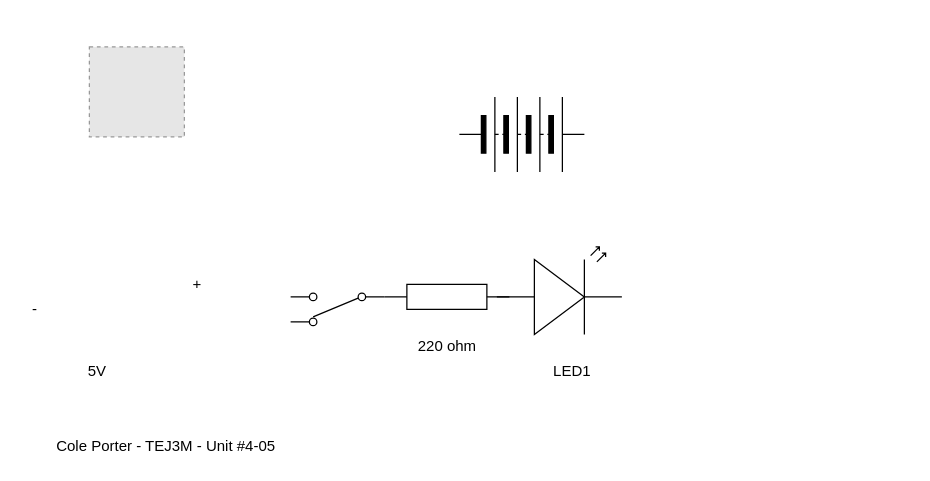
Before: Unit4-06/Cole Porter - TEJ3M - Unit #4-06.drawio in ColePor/TEJ3M---Unit-4, a draw.io diagram. Source tidied: cells renumbered, new cells numbered last; positions are measured from the earlier drawing's top-left corner, leaving out a move shared by most shapes. Both pictures are drawn from the tidied source at 125%, with x=0, y=0 at pixel (21, 46). Pictures stored in the file or linked from it are replaced by grey dashed boxes.
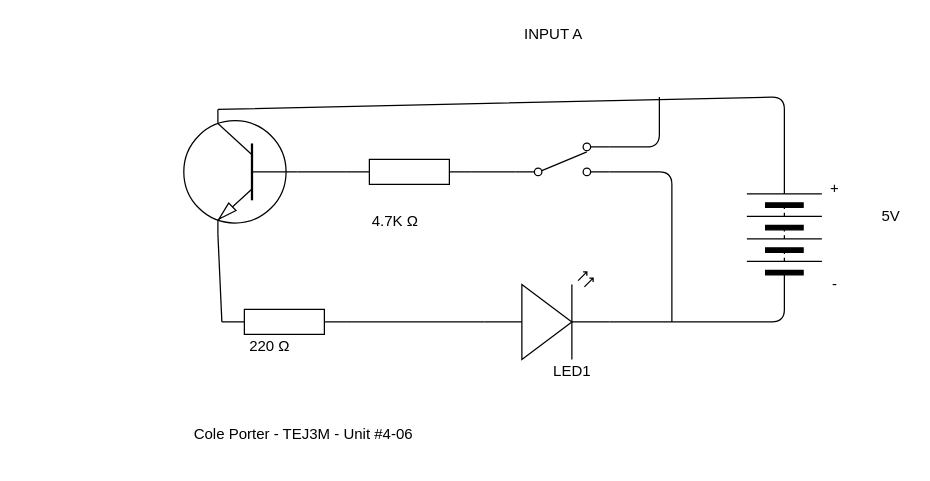
After the change.

What changed in the source:
```diff
@@
+    <mxCell id="13" style="edgeStyle=none;html=1;exitX=1;exitY=0.5;exitDx=0;exitDy=0;endArrow=none;endFill=0;entryX=0.7;entryY=0;entryDx=0;entryDy=0;entryPerimeter=0;" parent="1" edge="1" source="2" target="12">
+      <mxGeometry relative="1" as="geometry">
+        <Array as="points">
+          <mxPoint x="610" y="40" />
+        </Array>
+      </mxGeometry>
+    </mxCell>
-    <mxCell id="2" style="verticalLabelPosition=bottom;shadow=0;dashed=0;align=center;html=1;verticalAlign=top;shape=mxgraph.electrical.miscellaneous.batteryStack;" parent="1" vertex="1">
-      <mxGeometry x="350" y="40" width="100" height="60" as="geometry" />
+    <mxCell id="2" style="verticalLabelPosition=bottom;shadow=0;dashed=0;align=center;html=1;verticalAlign=top;shape=mxgraph.electrical.miscellaneous.batteryStack;flipH=0;flipV=0;rotation=-90;" parent="1" vertex="1">
+      <mxGeometry x="560" y="120" width="100" height="60" as="geometry" />
     </mxCell>
+    <mxCell id="14" style="edgeStyle=none;html=1;exitX=1;exitY=0.5;exitDx=0;exitDy=0;exitPerimeter=0;entryX=0;entryY=0.57;entryDx=0;entryDy=0;entryPerimeter=0;endArrow=none;endFill=0;" parent="1" edge="1" source="3" target="4">
+      <mxGeometry relative="1" as="geometry" />
+    </mxCell>
     <mxCell id="3" style="verticalLabelPosition=bottom;shadow=0;dashed=0;align=center;html=1;verticalAlign=top;shape=mxgraph.electrical.resistors.resistor_1;" parent="1" vertex="1">
-      <mxGeometry x="290" y="190" width="100" height="20" as="geometry" />
+      <mxGeometry x="160" y="210" width="100" height="20" as="geometry" />
     </mxCell>
+    <mxCell id="15" style="edgeStyle=none;html=1;exitX=1;exitY=0.57;exitDx=0;exitDy=0;exitPerimeter=0;entryX=0;entryY=0.5;entryDx=0;entryDy=0;endArrow=none;endFill=0;" parent="1" edge="1" source="4" target="2">
+      <mxGeometry relative="1" as="geometry">
+        <Array as="points">
+          <mxPoint x="610" y="220" />
+        </Array>
+      </mxGeometry>
+    </mxCell>
     <mxCell id="4" style="verticalLabelPosition=bottom;shadow=0;dashed=0;align=center;html=1;verticalAlign=top;shape=mxgraph.electrical.opto_electronics.led_2;" parent="1" vertex="1">
-      <mxGeometry x="380" y="160" width="100" height="70" as="geometry" />
+      <mxGeometry x="370" y="180" width="100" height="70" as="geometry" />
     </mxCell>
+    <mxCell id="16" style="edgeStyle=none;html=1;exitX=1;exitY=0.115;exitDx=0;exitDy=0;exitPerimeter=0;endArrow=none;endFill=0;" parent="1" edge="1" source="5">
+      <mxGeometry relative="1" as="geometry">
+        <mxPoint x="510" y="40" as="targetPoint" />
+        <Array as="points">
+          <mxPoint x="510" y="80" />
+        </Array>
+      </mxGeometry>
+    </mxCell>
+    <mxCell id="17" style="edgeStyle=none;html=1;exitX=1;exitY=0.885;exitDx=0;exitDy=0;exitPerimeter=0;endArrow=none;endFill=0;" parent="1" edge="1" source="5">
+      <mxGeometry relative="1" as="geometry">
+        <mxPoint x="520" y="220" as="targetPoint" />
+        <Array as="points">
+          <mxPoint x="520" y="100" />
+        </Array>
+      </mxGeometry>
+    </mxCell>
-    <mxCell id="5" style="verticalLabelPosition=bottom;shadow=0;dashed=0;align=center;html=1;verticalAlign=top;shape=mxgraph.electrical.electro-mechanical.2-way_switch;rotation=-180;" parent="1" vertex="1">
-      <mxGeometry x="215" y="197" width="75" height="26" as="geometry" />
+    <mxCell id="5" style="verticalLabelPosition=bottom;shadow=0;dashed=0;align=center;html=1;verticalAlign=top;shape=mxgraph.electrical.electro-mechanical.2-way_switch;rotation=-180;flipH=1;flipV=1;" parent="1" vertex="1">
+      <mxGeometry x="395" y="77" width="75" height="26" as="geometry" />
     </mxCell>
     <mxCell id="6" value="+" style="text;html=1;align=center;verticalAlign=middle;strokeColor=none;fillColor=none;" parent="1" vertex="1">
-      <mxGeometry x="130" y="180" width="20" height="20" as="geometry" />
+      <mxGeometry x="640" y="103" width="20" height="20" as="geometry" />
     </mxCell>
     <mxCell id="7" value="-" style="text;html=1;align=center;verticalAlign=middle;strokeColor=none;fillColor=none;" parent="1" vertex="1">
-      <mxGeometry y="200" width="20" height="20" as="geometry" />
+      <mxGeometry x="640" y="180" width="20" height="20" as="geometry" />
     </mxCell>
-    <mxCell id="8" value="220 ohm" style="text;html=1;align=center;verticalAlign=middle;strokeColor=none;fillColor=none;" parent="1" vertex="1">
-      <mxGeometry x="310" y="230" width="60" height="20" as="geometry" />
+    <mxCell id="8" value="220&amp;nbsp;&lt;span&gt;Ω&lt;br&gt;&lt;/span&gt;" style="text;html=1;align=center;verticalAlign=middle;strokeColor=none;fillColor=none;" parent="1" vertex="1">
+      <mxGeometry x="172.5" y="230" width="50" height="20" as="geometry" />
     </mxCell>
@@
     <mxCell id="10" value="5V" style="text;html=1;align=center;verticalAlign=middle;strokeColor=none;fillColor=none;" parent="1" vertex="1">
-      <mxGeometry x="45" y="250" width="30" height="20" as="geometry" />
+      <mxGeometry x="680" y="126" width="30" height="20" as="geometry" />
     </mxCell>
-    <mxCell id="11" value="Cole Porter - TEJ3M - Unit #4-05" style="text;html=1;align=center;verticalAlign=middle;strokeColor=none;fillColor=none;" parent="1" vertex="1">
-      <mxGeometry x="20" y="310" width="190" height="20" as="geometry" />
+    <mxCell id="11" value="Cole Porter - TEJ3M - Unit #4-06" style="text;html=1;align=center;verticalAlign=middle;strokeColor=none;fillColor=none;" parent="1" vertex="1">
+      <mxGeometry x="130" y="300" width="190" height="20" as="geometry" />
     </mxCell>
+    <mxCell id="18" style="edgeStyle=none;html=1;exitX=0.7;exitY=1;exitDx=0;exitDy=0;exitPerimeter=0;entryX=0;entryY=0.5;entryDx=0;entryDy=0;entryPerimeter=0;endArrow=none;endFill=0;" parent="1" edge="1" source="12" target="3">
+      <mxGeometry relative="1" as="geometry" />
+    </mxCell>
-    <mxCell id="12" style="fillColor=#E6E6E6;strokeColor=#999999;dashed=1;verticalLabelPosition=bottom;labelBackgroundColor=#ffffff;verticalAlign=top;" parent="1" vertex="1">
-      <mxGeometry x="54" width="76" height="72" as="geometry" />
+    <mxCell id="12" style="verticalLabelPosition=bottom;shadow=0;dashed=0;align=center;html=1;verticalAlign=top;shape=mxgraph.electrical.transistors.npn_transistor_1;flipH=1;" parent="1" vertex="1">
+      <mxGeometry x="127.5" y="50" width="95" height="100" as="geometry" />
     </mxCell>
+    <mxCell id="19" style="edgeStyle=none;html=1;exitX=0;exitY=0.5;exitDx=0;exitDy=0;exitPerimeter=0;entryX=0;entryY=0.5;entryDx=0;entryDy=0;entryPerimeter=0;endArrow=none;endFill=0;" parent="1" edge="1" source="21" target="12">
+      <mxGeometry relative="1" as="geometry" />
+    </mxCell>
+    <mxCell id="20" style="edgeStyle=none;html=1;exitX=1;exitY=0.5;exitDx=0;exitDy=0;exitPerimeter=0;entryX=0;entryY=0.885;entryDx=0;entryDy=0;entryPerimeter=0;endArrow=none;endFill=0;" parent="1" edge="1" source="21" target="5">
+      <mxGeometry relative="1" as="geometry" />
+    </mxCell>
+    <mxCell id="21" style="verticalLabelPosition=bottom;shadow=0;dashed=0;align=center;html=1;verticalAlign=top;shape=mxgraph.electrical.resistors.resistor_1;" parent="1" vertex="1">
+      <mxGeometry x="260" y="90" width="100" height="20" as="geometry" />
+    </mxCell>
+    <mxCell id="22" value="4.7K&amp;nbsp;Ω&amp;nbsp;" style="text;html=1;align=center;verticalAlign=middle;strokeColor=none;fillColor=none;" parent="1" vertex="1">
+      <mxGeometry x="270" y="130" width="60" height="20" as="geometry" />
+    </mxCell>
+    <mxCell id="23" value="INPUT A" style="text;html=1;align=center;verticalAlign=middle;strokeColor=none;fillColor=none;" parent="1" vertex="1">
+      <mxGeometry x="395" y="-20" width="60" height="20" as="geometry" />
+    </mxCell>
```
